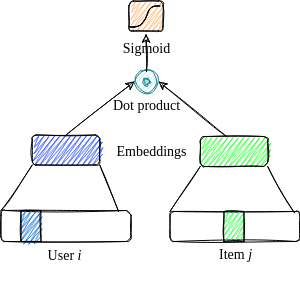
The draw.io diagram images/matrix_factorization.png in AmandaRP/recsys-tutorial-2022, before a commit. Source tidied: cells renumbered, new cells last; positions are measured from the earlier drawing's top-left corner, leaving out a move shared by most shapes. The source it was exported from:
```xml
<mxGraphModel>
  <root>
    <mxCell id="0" />
    <mxCell id="1" parent="0" />
    <mxCell id="2" style="rounded=1;whiteSpace=wrap;html=1;sketch=1;shadow=0;fillStyle=zigzag;fillColor=none;" parent="1" vertex="1">
      <mxGeometry x="0.5" y="210" width="130" height="31" as="geometry" />
    </mxCell>
    <mxCell id="3" style="rounded=0;whiteSpace=wrap;html=1;shadow=0;sketch=1;gradientDirection=south;fillStyle=zigzag;fillColor=#0066CC;" parent="1" vertex="1">
      <mxGeometry x="20.5" y="210" width="20" height="31" as="geometry" />
    </mxCell>
    <mxCell id="4" value="&lt;h4 style=&quot;font-size: 14px&quot;&gt;&lt;span style=&quot;font-weight: normal&quot;&gt;&lt;font face=&quot;Comic Sans MS&quot;&gt;Item &lt;i&gt;j&lt;/i&gt;&lt;/font&gt;&lt;/span&gt;&lt;/h4&gt;" style="text;html=1;align=center;verticalAlign=middle;fillColor=none;strokeColor=none;rounded=0;shadow=0;sketch=1;" parent="1" vertex="1">
      <mxGeometry x="209.5" y="224" width="50" height="60" as="geometry" />
    </mxCell>
    <mxCell id="5" value="&lt;h4 style=&quot;font-size: 14px&quot;&gt;&lt;span style=&quot;font-weight: normal&quot;&gt;&lt;font face=&quot;Comic Sans MS&quot;&gt;User &lt;i&gt;i&lt;/i&gt;&lt;/font&gt;&lt;/span&gt;&lt;/h4&gt;" style="text;html=1;align=center;verticalAlign=middle;fillColor=none;strokeColor=none;rounded=0;shadow=0;sketch=1;" parent="1" vertex="1">
      <mxGeometry x="39" y="225" width="50" height="60" as="geometry" />
    </mxCell>
    <mxCell id="6" value="&lt;h4 style=&quot;font-size: 14px&quot;&gt;&lt;span style=&quot;font-weight: normal&quot;&gt;&lt;font face=&quot;Comic Sans MS&quot;&gt;Embeddings&lt;/font&gt;&lt;/span&gt;&lt;/h4&gt;" style="text;html=1;align=center;verticalAlign=middle;fillColor=none;strokeColor=none;rounded=0;shadow=0;sketch=1;" parent="1" vertex="1">
      <mxGeometry x="106" y="121" width="90" height="60" as="geometry" />
    </mxCell>
    <mxCell id="7" style="rounded=1;whiteSpace=wrap;html=1;sketch=1;shadow=0;fillStyle=zigzag;fillColor=#2146FF;" parent="1" vertex="1">
      <mxGeometry x="31.8" y="134.5" width="67.5" height="30" as="geometry" />
    </mxCell>
    <mxCell id="8" style="endArrow=none;html=1;fontFamily=Just Another Hand;fontSource=https%3A%2F%2Ffonts.googleapis.com%2Fcss%3Ffamily%3DJust%2BAnother%2BHand;fontSize=41;fontColor=#FFFFFF;entryX=0;entryY=1;entryDx=0;entryDy=0;exitX=0;exitY=0;exitDx=0;exitDy=0;sketch=1;" parent="1" edge="1" source="2" target="7">
      <mxGeometry relative="1" as="geometry" />
    </mxCell>
    <mxCell id="9" style="endArrow=none;html=1;fontFamily=Just Another Hand;fontSource=https%3A%2F%2Ffonts.googleapis.com%2Fcss%3Ffamily%3DJust%2BAnother%2BHand;fontSize=41;fontColor=#FFFFFF;entryX=1;entryY=1;entryDx=0;entryDy=0;sketch=1;" parent="1" edge="1" target="7">
      <mxGeometry relative="1" as="geometry">
        <mxPoint x="118" y="211" as="sourcePoint" />
      </mxGeometry>
    </mxCell>
    <mxCell id="10" style="rounded=1;whiteSpace=wrap;html=1;sketch=1;shadow=0;fillStyle=zigzag;fillColor=none;" parent="1" vertex="1">
      <mxGeometry x="169.5" y="211" width="130" height="30" as="geometry" />
    </mxCell>
    <mxCell id="11" style="rounded=0;whiteSpace=wrap;html=1;shadow=0;sketch=1;gradientDirection=south;fillColor=#26FF43;fillStyle=zigzag;" parent="1" vertex="1">
      <mxGeometry x="223.5" y="211" width="20" height="30" as="geometry" />
    </mxCell>
    <mxCell id="12" style="rounded=1;whiteSpace=wrap;html=1;sketch=1;shadow=0;fillStyle=zigzag;fillColor=#24FF2B;" parent="1" vertex="1">
      <mxGeometry x="199.8" y="136" width="67.5" height="30" as="geometry" />
    </mxCell>
    <mxCell id="13" style="endArrow=none;html=1;fontFamily=Just Another Hand;fontSource=https%3A%2F%2Ffonts.googleapis.com%2Fcss%3Ffamily%3DJust%2BAnother%2BHand;fontSize=41;fontColor=#FFFFFF;entryX=0;entryY=1;entryDx=0;entryDy=0;exitX=0;exitY=0;exitDx=0;exitDy=0;sketch=1;" parent="1" edge="1" source="10" target="12">
      <mxGeometry relative="1" as="geometry" />
    </mxCell>
    <mxCell id="14" style="endArrow=none;html=1;fontFamily=Just Another Hand;fontSource=https%3A%2F%2Ffonts.googleapis.com%2Fcss%3Ffamily%3DJust%2BAnother%2BHand;fontSize=41;fontColor=#FFFFFF;entryX=1;entryY=1;entryDx=0;entryDy=0;exitX=0.958;exitY=0.044;exitDx=0;exitDy=0;exitPerimeter=0;sketch=1;" parent="1" edge="1" source="10" target="12">
      <mxGeometry relative="1" as="geometry" />
    </mxCell>
    <mxCell id="15" style="endArrow=classic;html=1;fontFamily=Just Another Hand;fontSource=https%3A%2F%2Ffonts.googleapis.com%2Fcss%3Ffamily%3DJust%2BAnother%2BHand;fontSize=41;fontColor=#FFFFFF;sketch=1;exitX=0.5;exitY=0;exitDx=0;exitDy=0;entryX=0;entryY=0.5;entryDx=0;entryDy=0;" parent="1" edge="1" source="7" target="17">
      <mxGeometry relative="1" as="geometry" />
    </mxCell>
    <mxCell id="16" style="endArrow=classic;html=1;fontFamily=Just Another Hand;fontSource=https%3A%2F%2Ffonts.googleapis.com%2Fcss%3Ffamily%3DJust%2BAnother%2BHand;fontSize=41;fontColor=#FFFFFF;exitX=0.394;exitY=0.008;exitDx=0;exitDy=0;exitPerimeter=0;sketch=1;entryX=1;entryY=0.5;entryDx=0;entryDy=0;" parent="1" edge="1" source="12" target="17">
      <mxGeometry relative="1" as="geometry" />
    </mxCell>
    <mxCell id="17" style="ellipse;whiteSpace=wrap;html=1;sketch=1;fontFamily=Just Another Hand;fontSource=https%3A%2F%2Ffonts.googleapis.com%2Fcss%3Ffamily%3DJust%2BAnother%2BHand;fontSize=41;strokeColor=#0e8088;fillColor=#b0e3e6;gradientDirection=south;fillStyle=hachure;" parent="1" vertex="1">
      <mxGeometry x="134" y="69" width="24" height="24" as="geometry" />
    </mxCell>
    <mxCell id="18" style="ellipse;whiteSpace=wrap;html=1;sketch=1;fontFamily=Just Another Hand;fontSource=https%3A%2F%2Ffonts.googleapis.com%2Fcss%3Ffamily%3DJust%2BAnother%2BHand;fontSize=41;strokeColor=#0e8088;fillColor=#b0e3e6;gradientDirection=south;fillStyle=solid;" parent="1" vertex="1">
      <mxGeometry x="143" y="77.5" width="7" height="7" as="geometry" />
    </mxCell>
    <mxCell id="19" value="&lt;h4 style=&quot;font-size: 14px&quot;&gt;&lt;font face=&quot;Comic Sans MS&quot;&gt;&lt;span style=&quot;font-weight: 400;&quot;&gt;Dot product&lt;/span&gt;&lt;/font&gt;&lt;/h4&gt;" style="text;html=1;align=center;verticalAlign=middle;fillColor=none;strokeColor=none;rounded=0;shadow=0;sketch=1;" parent="1" vertex="1">
      <mxGeometry x="106" y="74.5" width="80" height="60" as="geometry" />
    </mxCell>
    <mxCell id="20" style="rounded=1;whiteSpace=wrap;html=1;sketch=1;shadow=0;fillStyle=zigzag;fillColor=#FFB366;" parent="1" vertex="1">
      <mxGeometry x="128.5" y="0.5" width="34" height="30" as="geometry" />
    </mxCell>
    <mxCell id="21" style="endArrow=classic;html=1;startArrow=none;sketch=1;" parent="1" edge="1">
      <mxGeometry relative="1" as="geometry">
        <mxPoint x="146" y="71" as="sourcePoint" />
        <mxPoint x="145.5" y="33.5" as="targetPoint" />
      </mxGeometry>
    </mxCell>
    <mxCell id="22" style="shape=(stored shape, 580 characters);fillColor=none;rounded=1;shadow=0;sketch=1;strokeColor=#000000;" parent="1" vertex="1">
      <mxGeometry x="129.5" y="5.5" width="30" height="21" as="geometry" />
    </mxCell>
    <mxCell id="23" value="&lt;h4 style=&quot;font-size: 14px&quot;&gt;&lt;font face=&quot;Comic Sans MS&quot;&gt;&lt;span style=&quot;font-weight: 400;&quot;&gt;Sigmoid&lt;/span&gt;&lt;/font&gt;&lt;/h4&gt;" style="text;html=1;align=center;verticalAlign=middle;fillColor=none;strokeColor=none;rounded=0;shadow=0;sketch=1;" parent="1" vertex="1">
      <mxGeometry x="116" y="17.5" width="60" height="60" as="geometry" />
    </mxCell>
  </root>
</mxGraphModel>
```
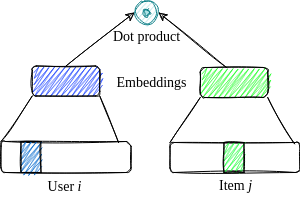
The same diagram one commit later.

What changed in the source:
```diff
@@ -58,20 +58,5 @@
     <mxCell id="19" value="&lt;h4 style=&quot;font-size: 14px&quot;&gt;&lt;font face=&quot;Comic Sans MS&quot;&gt;&lt;span style=&quot;font-weight: 400;&quot;&gt;Dot product&lt;/span&gt;&lt;/font&gt;&lt;/h4&gt;" style="text;html=1;align=center;verticalAlign=middle;fillColor=none;strokeColor=none;rounded=0;shadow=0;sketch=1;" parent="1" vertex="1">
       <mxGeometry x="106" y="74.5" width="80" height="60" as="geometry" />
     </mxCell>
-    <mxCell id="20" style="rounded=1;whiteSpace=wrap;html=1;sketch=1;shadow=0;fillStyle=zigzag;fillColor=#FFB366;" parent="1" vertex="1">
-      <mxGeometry x="128.5" y="0.5" width="34" height="30" as="geometry" />
-    </mxCell>
-    <mxCell id="21" style="endArrow=classic;html=1;startArrow=none;sketch=1;" parent="1" edge="1">
-      <mxGeometry relative="1" as="geometry">
-        <mxPoint x="146" y="71" as="sourcePoint" />
-        <mxPoint x="145.5" y="33.5" as="targetPoint" />
-      </mxGeometry>
-    </mxCell>
-    <mxCell id="22" style="shape=(stored shape, 580 characters);fillColor=none;rounded=1;shadow=0;sketch=1;strokeColor=#000000;" parent="1" vertex="1">
-      <mxGeometry x="129.5" y="5.5" width="30" height="21" as="geometry" />
-    </mxCell>
-    <mxCell id="23" value="&lt;h4 style=&quot;font-size: 14px&quot;&gt;&lt;font face=&quot;Comic Sans MS&quot;&gt;&lt;span style=&quot;font-weight: 400;&quot;&gt;Sigmoid&lt;/span&gt;&lt;/font&gt;&lt;/h4&gt;" style="text;html=1;align=center;verticalAlign=middle;fillColor=none;strokeColor=none;rounded=0;shadow=0;sketch=1;" parent="1" vertex="1">
-      <mxGeometry x="116" y="17.5" width="60" height="60" as="geometry" />
-    </mxCell>
   </root>
 </mxGraphModel>
```
